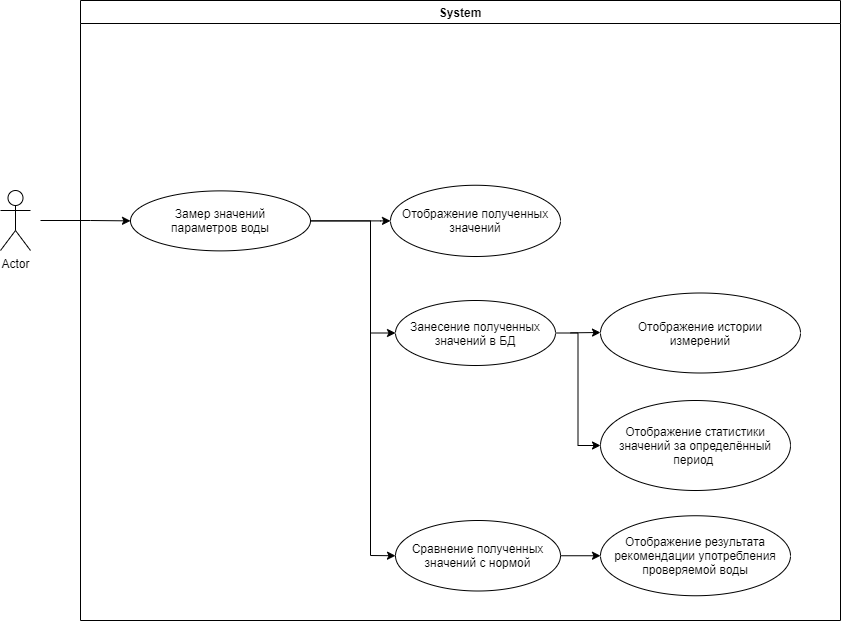
MaxZ07/Crystal keeps this draw.io diagram as UseCase.png. Above is the earlier version. Source tidied: cells renumbered, new cells last; positions are measured from the earlier drawing's top-left corner, leaving out a move shared by most shapes.
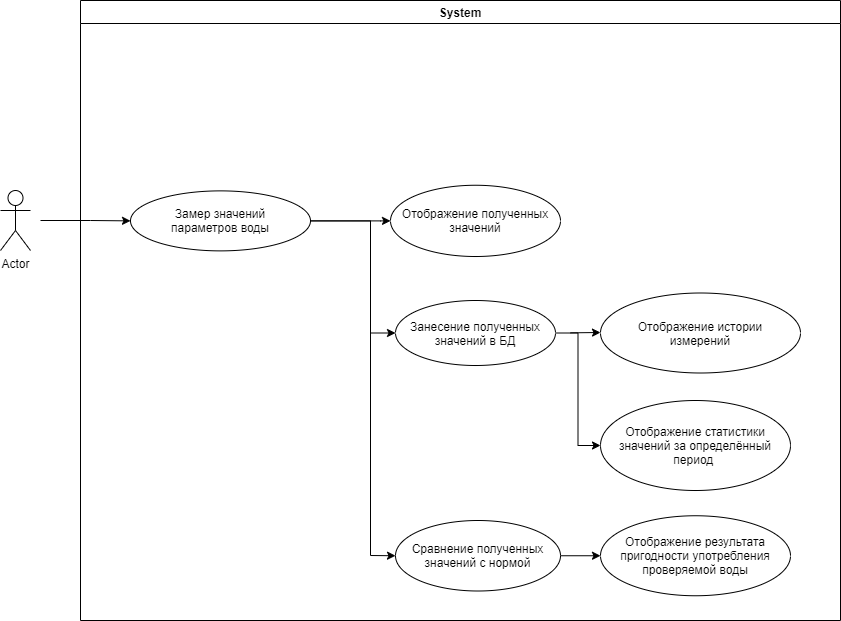
After the change.

Commit message:
Update Use Case

Change to the diagram source:
```diff
@@ -33,7 +33,7 @@
         </Array>
       </mxGeometry>
     </mxCell>
-    <mxCell id="9" value="Отображение результата рекомендации употребления проверяемой воды" style="ellipse;whiteSpace=wrap;html=1;" parent="2" vertex="1">
+    <mxCell id="9" value="Отображение результата пригодности употребления проверяемой воды" style="ellipse;whiteSpace=wrap;html=1;" parent="2" vertex="1">
       <mxGeometry x="520" y="515.2" width="190" height="80" as="geometry" />
     </mxCell>
     <mxCell id="10" value="Отображение статистики значений за определённый период&amp;nbsp;" style="ellipse;whiteSpace=wrap;html=1;fontSize=12;" parent="2" vertex="1">
```
